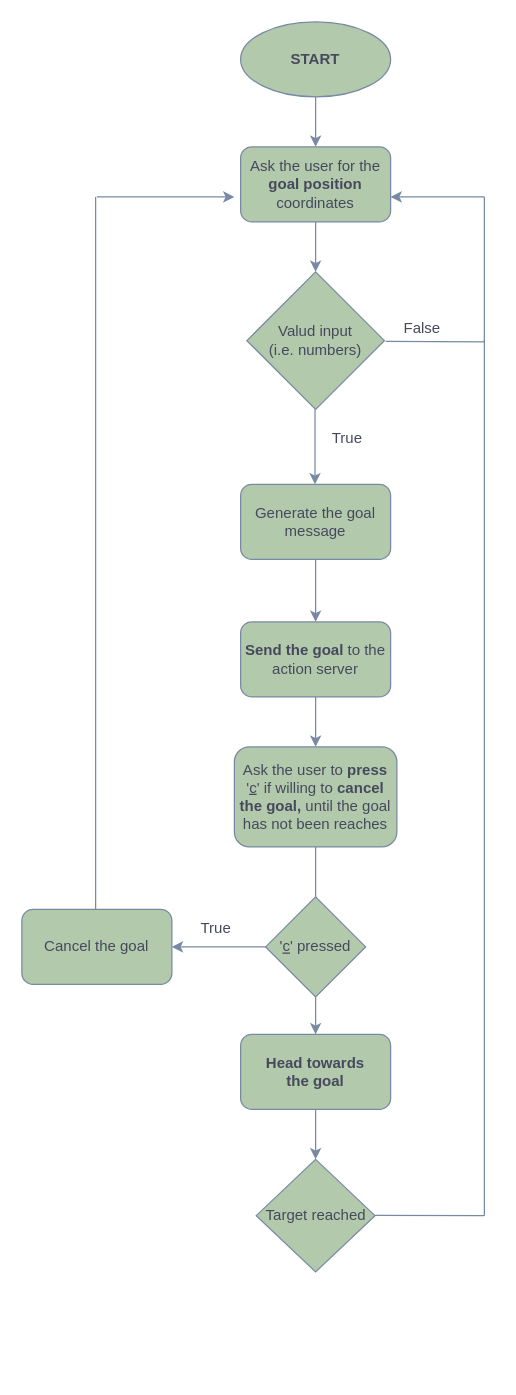
Above: Diagramma senza titolo.drawio in ambraierardi/assignment_2_2023 (draw.io), before the change. Source tidied: cells renumbered, new cells numbered last; positions are measured from the earlier drawing's top-left corner, leaving out a move shared by most shapes. Both pictures are drawn from the tidied source at 125%, with x=0, y=0 at pixel (21, 21).
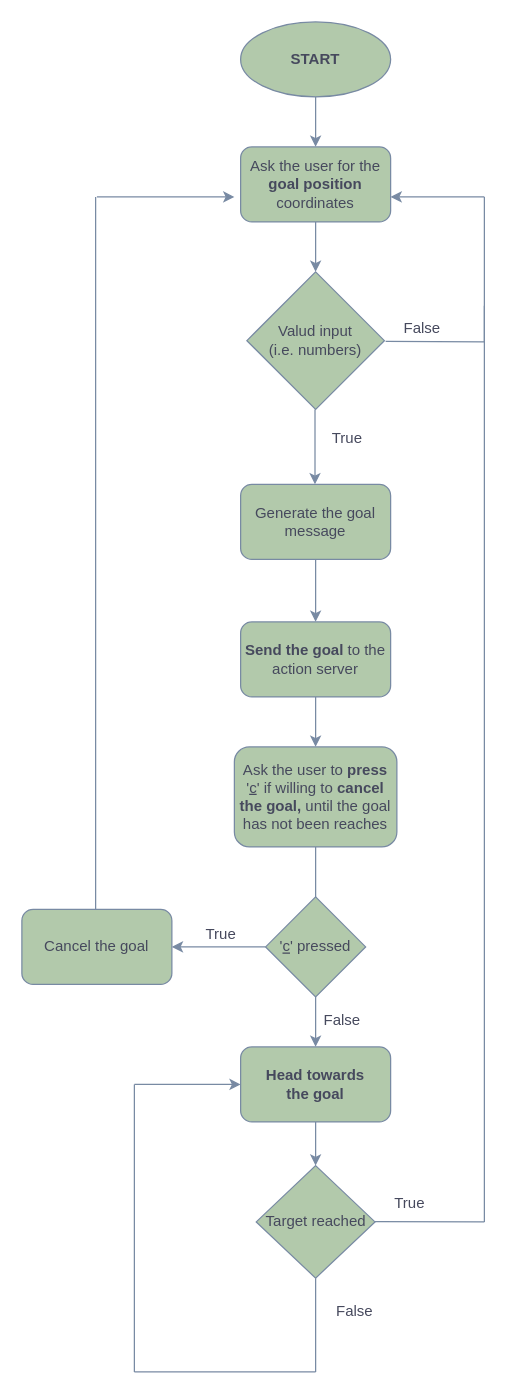
After the change.

What changed in the source:
```diff
@@
     <mxCell id="21" value="True" style="text;html=1;align=center;verticalAlign=middle;strokeColor=none;fillColor=none;fontColor=#46495D;" parent="1" vertex="1">
-      <mxGeometry x="130" y="710" width="50" height="30" as="geometry" />
+      <mxGeometry x="133.5" y="715" width="50" height="30" as="geometry" />
     </mxCell>
@@
     <mxCell id="25" value="&lt;b&gt;Head towards &lt;br&gt;the goal&lt;/b&gt;" style="rounded=1;whiteSpace=wrap;html=1;strokeColor=#788AA3;fontColor=#46495D;fillColor=#B2C9AB;" parent="1" vertex="1">
-      <mxGeometry x="175" y="810" width="120" height="60" as="geometry" />
+      <mxGeometry x="175" y="820" width="120" height="60" as="geometry" />
     </mxCell>
@@
     <mxCell id="27" value="Target reached" style="rhombus;whiteSpace=wrap;html=1;strokeColor=#788AA3;fontColor=#46495D;fillColor=#B2C9AB;" parent="1" vertex="1">
-      <mxGeometry x="187.5" y="910" width="95" height="90" as="geometry" />
+      <mxGeometry x="187.5" y="915" width="95" height="90" as="geometry" />
     </mxCell>
     <mxCell id="28" style="endArrow=none;html=1;rounded=0;strokeColor=#788AA3;fontColor=#46495D;fillColor=#B2C9AB;" parent="1" edge="1">
       <mxGeometry relative="1" as="geometry">
-        <mxPoint x="282.5" y="954.7" as="sourcePoint" />
-        <mxPoint x="370" y="955" as="targetPoint" />
+        <mxPoint x="282.5" y="959.7" as="sourcePoint" />
+        <mxPoint x="370" y="960" as="targetPoint" />
       </mxGeometry>
     </mxCell>
     <mxCell id="29" style="endArrow=none;html=1;rounded=0;strokeColor=#788AA3;fontColor=#46495D;fillColor=#B2C9AB;" parent="1" edge="1">
       <mxGeometry relative="1" as="geometry">
-        <mxPoint x="370" y="955" as="sourcePoint" />
-        <mxPoint x="370" y="254.5" as="targetPoint" />
+        <mxPoint x="370" y="960" as="sourcePoint" />
+        <mxPoint x="370" y="227" as="targetPoint" />
       </mxGeometry>
     </mxCell>
+    <mxCell id="30" value="True" style="text;html=1;align=center;verticalAlign=middle;strokeColor=none;fillColor=none;fontColor=#46495D;" parent="1" vertex="1">
+      <mxGeometry x="285" y="930" width="50" height="30" as="geometry" />
+    </mxCell>
+    <mxCell id="31" value="False" style="text;html=1;align=center;verticalAlign=middle;strokeColor=none;fillColor=none;fontColor=#46495D;" parent="1" vertex="1">
+      <mxGeometry x="231" y="784" width="50" height="30" as="geometry" />
+    </mxCell>
+    <mxCell id="32" value="False" style="text;html=1;align=center;verticalAlign=middle;strokeColor=none;fillColor=none;fontColor=#46495D;" parent="1" vertex="1">
+      <mxGeometry x="241" y="1017" width="50" height="30" as="geometry" />
+    </mxCell>
+    <mxCell id="33" style="endArrow=none;html=1;rounded=0;strokeColor=#788AA3;fontColor=#46495D;fillColor=#B2C9AB;" parent="1" edge="1">
+      <mxGeometry relative="1" as="geometry">
+        <mxPoint x="90" y="1080" as="sourcePoint" />
+        <mxPoint x="235" y="1080" as="targetPoint" />
+      </mxGeometry>
+    </mxCell>
+    <mxCell id="34" style="endArrow=none;html=1;rounded=0;strokeColor=#788AA3;fontColor=#46495D;fillColor=#B2C9AB;entryX=0.5;entryY=1;entryDx=0;entryDy=0;" parent="1" edge="1" target="27">
+      <mxGeometry relative="1" as="geometry">
+        <mxPoint x="235" y="1080" as="sourcePoint" />
+      </mxGeometry>
+    </mxCell>
+    <mxCell id="35" style="endArrow=none;html=1;rounded=0;strokeColor=#788AA3;fontColor=#46495D;fillColor=#B2C9AB;" parent="1" edge="1">
+      <mxGeometry relative="1" as="geometry">
+        <mxPoint x="90" y="1080" as="sourcePoint" />
+        <mxPoint x="90" y="850" as="targetPoint" />
+      </mxGeometry>
+    </mxCell>
+    <mxCell id="36" style="endArrow=classic;html=1;rounded=0;strokeColor=#788AA3;fontColor=#46495D;fillColor=#B2C9AB;entryX=0;entryY=0.5;entryDx=0;entryDy=0;" parent="1" edge="1" target="25">
+      <mxGeometry relative="1" as="geometry">
+        <mxPoint x="90" y="850" as="sourcePoint" />
+      </mxGeometry>
+    </mxCell>
```
